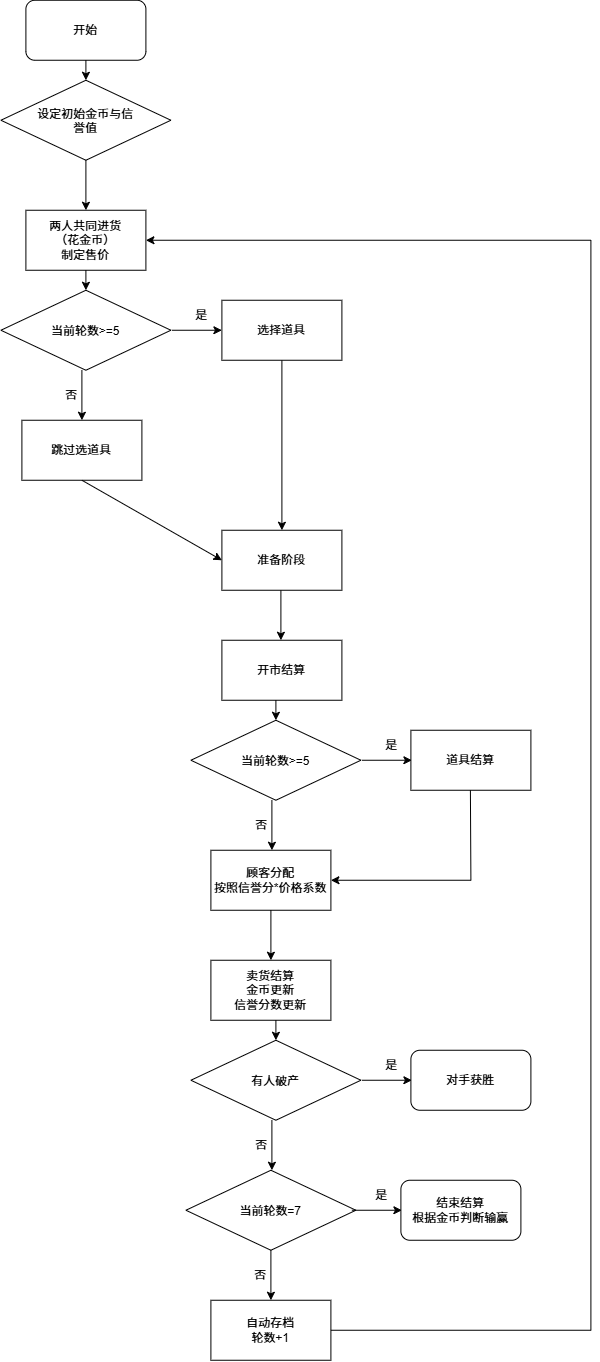
Above: 流程图1.drawio.png in jiayaoo0499/MarketDuo (draw.io), before the change. Source tidied: cells renumbered, new cells last; positions are measured from the earlier drawing's top-left corner, leaving out a move shared by most shapes.
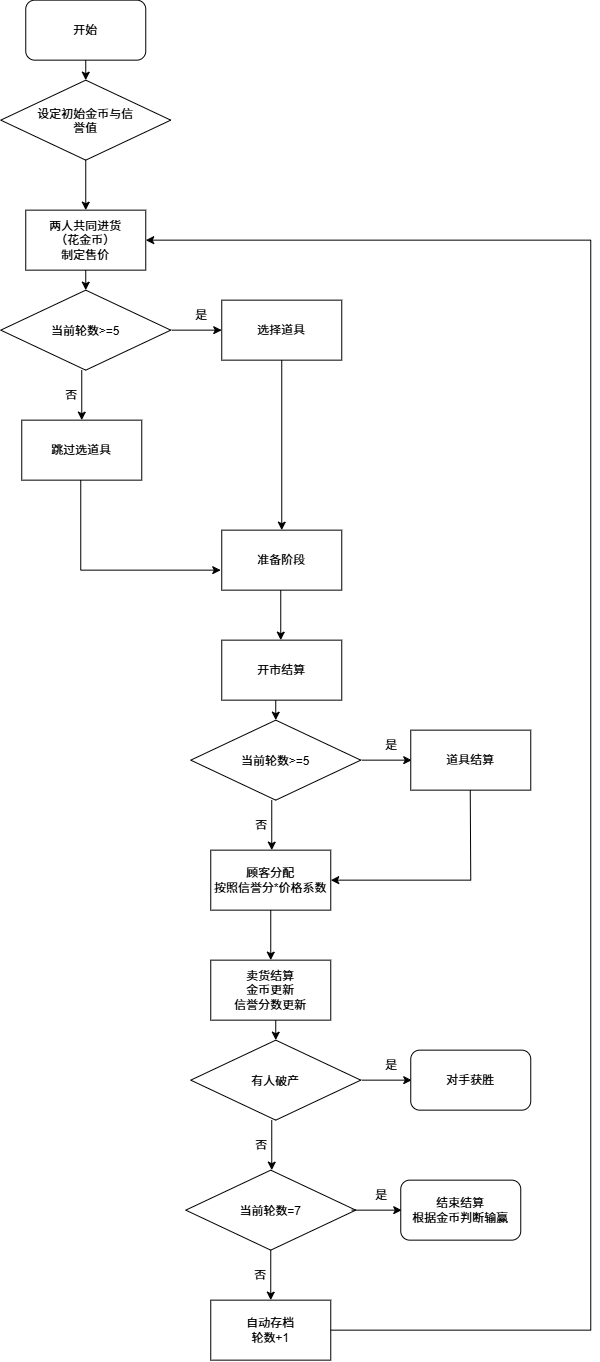
The same diagram one commit later.

Commit message:
更新流程图1.drawio.png

Change to the diagram source:
```diff
@@ -64,11 +64,6 @@
         <mxPoint x="281" y="360" as="sourcePoint" />
       </mxGeometry>
     </mxCell>
-    <mxCell id="17" style="endArrow=classic;html=1;rounded=0;entryX=0;entryY=0.5;entryDx=0;entryDy=0;" parent="1" edge="1" target="15">
-      <mxGeometry relative="1" as="geometry">
-        <mxPoint x="81" y="480" as="sourcePoint" />
-      </mxGeometry>
-    </mxCell>
     <mxCell id="18" style="endArrow=classic;html=1;rounded=0;" parent="1" edge="1">
       <mxGeometry relative="1" as="geometry">
         <mxPoint x="280" y="590" as="sourcePoint" />
@@ -193,5 +188,14 @@
         </Array>
       </mxGeometry>
     </mxCell>
+    <mxCell id="46" style="endArrow=classic;html=1;rounded=0;" parent="1" edge="1">
+      <mxGeometry relative="1" as="geometry">
+        <mxPoint x="80" y="480" as="sourcePoint" />
+        <mxPoint x="220" y="570" as="targetPoint" />
+        <Array as="points">
+          <mxPoint x="80" y="570" />
+        </Array>
+      </mxGeometry>
+    </mxCell>
   </root>
 </mxGraphModel>
```
